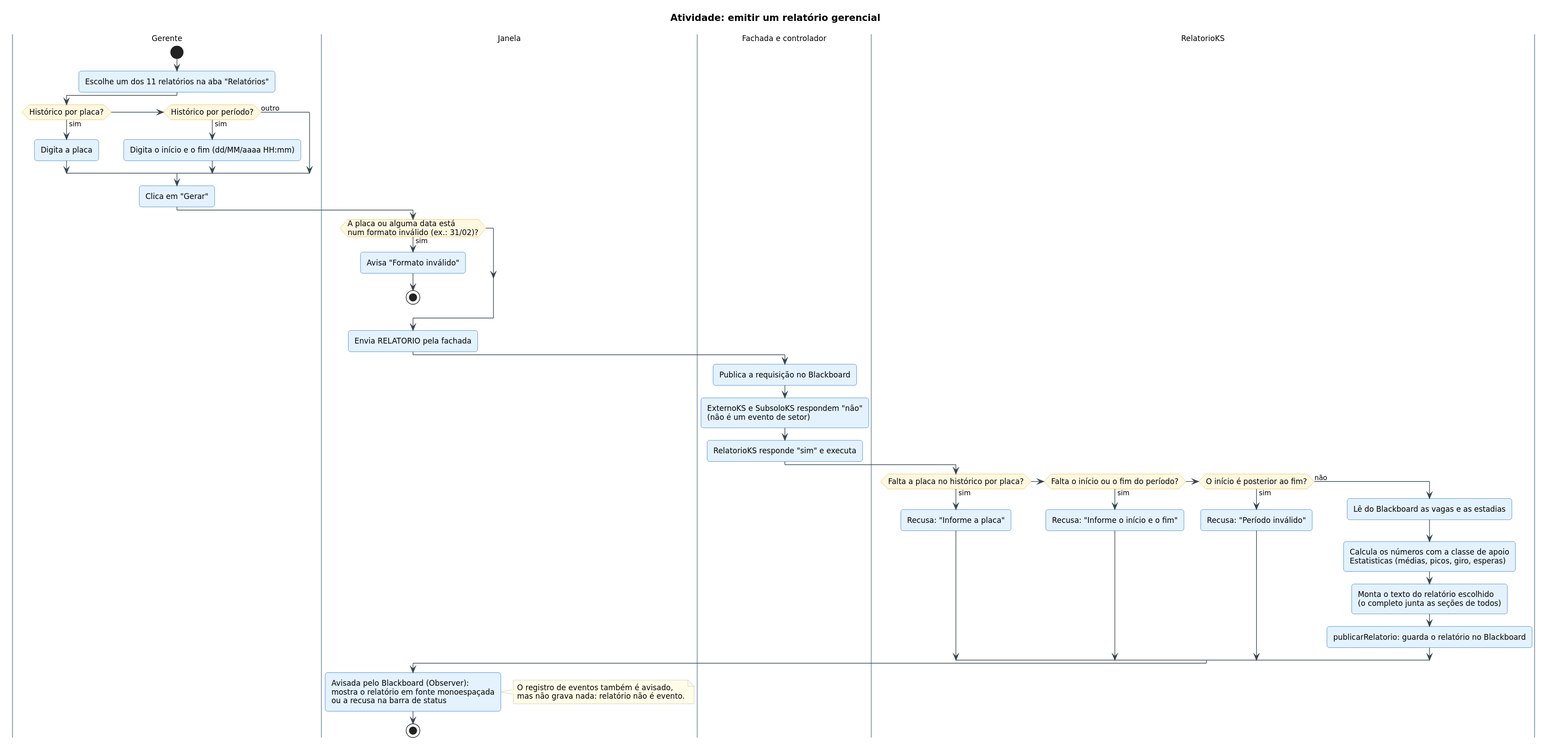
MatheusKubrusly/caderno-de-estudos keeps this PlantUML diagram as faculdade/arquitetura-e-padroes-de-software/atividades_para_entregar/trabalho_final/descricao-arquitetural/diagramas/atividade-relatorio.svg. Above is the earlier version. The source it was exported from:
```plantuml
@startuml
!include estilo.iuml
title Atividade: emitir um relatório gerencial

|Gerente|
start
:Escolhe um dos 11 relatórios na aba "Relatórios";
if (Histórico por placa?) then (sim)
  :Digita a placa;
elseif (Histórico por período?) then (sim)
  :Digita o início e o fim (dd/MM/aaaa HH:mm);
else (outro)
endif
:Clica em "Gerar";
|Janela|
if (A placa ou alguma data está
num formato inválido (ex.: 31/02)?) then (sim)
  :Avisa "Formato inválido";
  stop
endif
:Envia RELATORIO pela fachada;
|Fachada e controlador|
:Publica a requisição no Blackboard;
:ExternoKS e SubsoloKS respondem "não"
(não é um evento de setor);
:RelatorioKS responde "sim" e executa;
|RelatorioKS|
if (Falta a placa no histórico por placa?) then (sim)
  :Recusa: "Informe a placa";
elseif (Falta o início ou o fim do período?) then (sim)
  :Recusa: "Informe o início e o fim";
elseif (O início é posterior ao fim?) then (sim)
  :Recusa: "Período inválido";
else (não)
  :Lê do Blackboard as vagas e as estadias;
  :Calcula os números com a classe de apoio
  Estatisticas (médias, picos, giro, esperas);
  :Monta o texto do relatório escolhido
  (o completo junta as seções de todos);
  :publicarRelatorio: guarda o relatório no Blackboard;
endif
|Janela|
:Avisada pelo Blackboard (Observer):
mostra o relatório em fonte monoespaçada
ou a recusa na barra de status;
note right
  O registro de eventos também é avisado,
  mas não grava nada: relatório não é evento.
end note
stop
@enduml
```
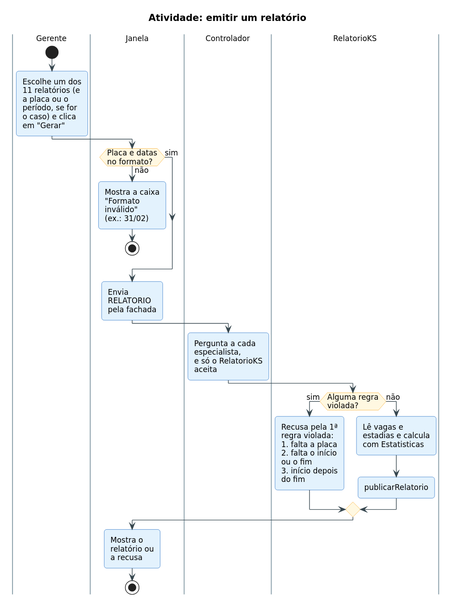
Later version of the same file.

What changed in the source:
```diff
@@ -1,51 +1,52 @@
 @startuml
 !include estilo.iuml
-title Atividade: emitir um relatório gerencial
+title Atividade: emitir um relatório
 
 |Gerente|
 start
-:Escolhe um dos 11 relatórios na aba "Relatórios";
-if (Histórico por placa?) then (sim)
-  :Digita a placa;
-elseif (Histórico por período?) then (sim)
-  :Digita o início e o fim (dd/MM/aaaa HH:mm);
-else (outro)
+:Escolhe um dos
+11 relatórios (e
+a placa ou o
+período, se for
+o caso) e clica
+em "Gerar";
+|Janela|
+if (Placa e datas
+no formato?) then (não)
+  :Mostra a caixa
+  "Formato
+  inválido"
+  (ex.: 31/02);
+  stop
+else (sim)
 endif
-:Clica em "Gerar";
-|Janela|
-if (A placa ou alguma data está
-num formato inválido (ex.: 31/02)?) then (sim)
-  :Avisa "Formato inválido";
-  stop
-endif
-:Envia RELATORIO pela fachada;
-|Fachada e controlador|
-:Publica a requisição no Blackboard;
-:ExternoKS e SubsoloKS respondem "não"
-(não é um evento de setor);
-:RelatorioKS responde "sim" e executa;
+:Envia
+RELATORIO
+pela fachada;
+|Controlador|
+:Pergunta a cada
+especialista,
+e só o RelatorioKS
+aceita;
 |RelatorioKS|
-if (Falta a placa no histórico por placa?) then (sim)
-  :Recusa: "Informe a placa";
-elseif (Falta o início ou o fim do período?) then (sim)
-  :Recusa: "Informe o início e o fim";
-elseif (O início é posterior ao fim?) then (sim)
-  :Recusa: "Período inválido";
+if (Alguma regra
+violada?) then (sim)
+  :Recusa pela 1ª
+  regra violada:
+  1. falta a placa
+  2. falta o início
+  ou o fim
+  3. início depois
+  do fim;
 else (não)
-  :Lê do Blackboard as vagas e as estadias;
-  :Calcula os números com a classe de apoio
-  Estatisticas (médias, picos, giro, esperas);
-  :Monta o texto do relatório escolhido
-  (o completo junta as seções de todos);
-  :publicarRelatorio: guarda o relatório no Blackboard;
+  :Lê vagas e
+  estadias e calcula
+  com Estatisticas;
+  :publicarRelatorio;
 endif
 |Janela|
-:Avisada pelo Blackboard (Observer):
-mostra o relatório em fonte monoespaçada
-ou a recusa na barra de status;
-note right
-  O registro de eventos também é avisado,
-  mas não grava nada: relatório não é evento.
-end note
+:Mostra o
+relatório ou
+a recusa;
 stop
 @enduml
```
